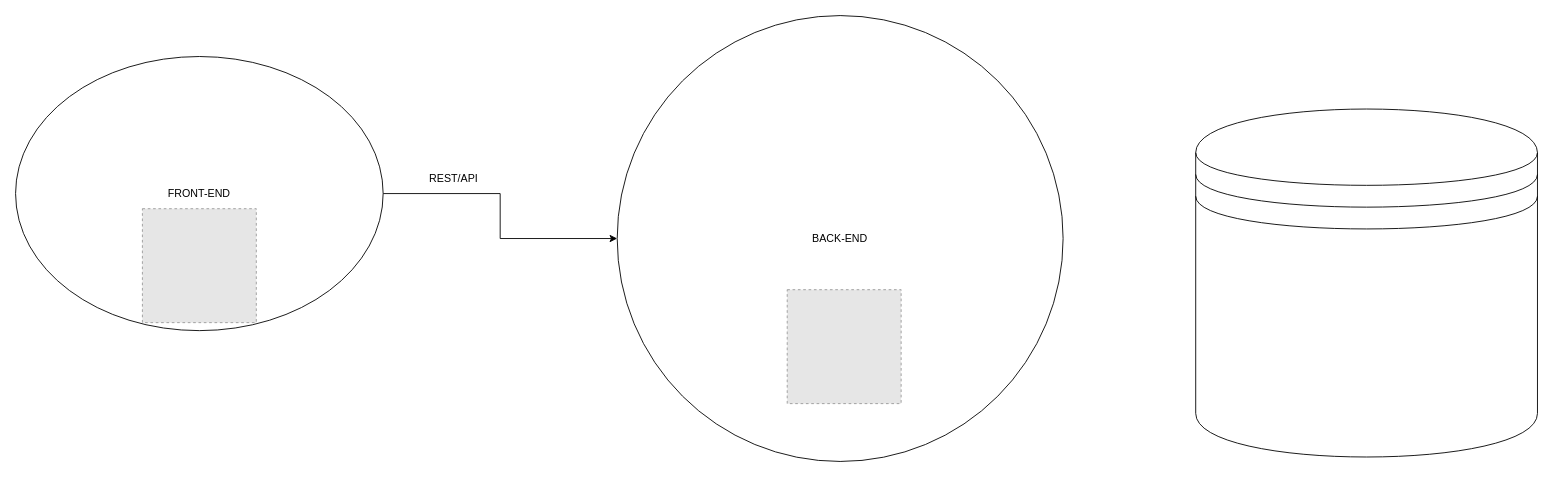
Earlier version of the draw.io diagram page "Page-2" (2 of 2) of documentation/diagrams/back-end-class-diagram.drawio (enaki/MyMess). Source tidied: cells renumbered, new cells numbered last; positions are measured from the earlier drawing's top-left corner, leaving out a move shared by most shapes. Both pictures are drawn from the tidied source at 89%, with x=0, y=0 at pixel (15, 15). Pictures stored in the file or linked from it are replaced by grey dashed boxes.
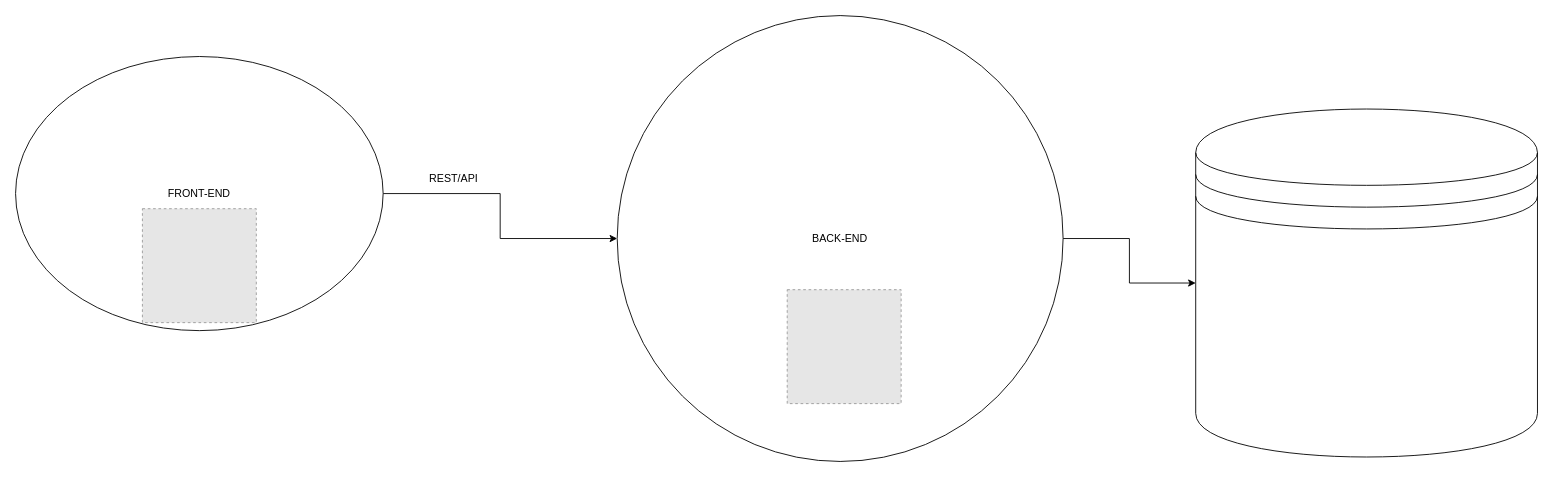
The same page after the edit.

Diff of the diagram source:
```diff
@@
 <mxGraphModel>
   <root>
     <mxCell id="0" />
     <mxCell id="1" parent="0" />
     <mxCell id="2" style="edgeStyle=orthogonalEdgeStyle;rounded=0;jettySize=auto;html=1;" parent="1" edge="1" source="3" target="5">
       <mxGeometry relative="1" as="geometry" />
     </mxCell>
     <mxCell id="3" value="FRONT-END" style="ellipse;whiteSpace=wrap;html=1;" parent="1" vertex="1">
       <mxGeometry y="46" width="413" height="308" as="geometry" />
     </mxCell>
     <mxCell id="4" style="fillColor=#E6E6E6;strokeColor=#999999;dashed=1;html=1;verticalAlign=top;verticalLabelPosition=bottom;labelBackgroundColor=#ffffff;" parent="1" vertex="1">
       <mxGeometry x="142.5" y="217" width="128" height="128" as="geometry" />
     </mxCell>
+    <mxCell id="10" style="edgeStyle=orthogonalEdgeStyle;rounded=0;jettySize=auto;html=1;" parent="1" edge="1" source="5" target="9">
+      <mxGeometry relative="1" as="geometry" />
+    </mxCell>
     <mxCell id="5" value="BACK-END" style="ellipse;whiteSpace=wrap;html=1;" parent="1" vertex="1">
       <mxGeometry x="676" width="501" height="501" as="geometry" />
     </mxCell>
     <mxCell id="6" style="fillColor=#E6E6E6;strokeColor=#999999;dashed=1;html=1;verticalAlign=top;verticalLabelPosition=bottom;labelBackgroundColor=#ffffff;" parent="1" vertex="1">
       <mxGeometry x="867" y="308" width="128" height="128" as="geometry" />
     </mxCell>
     <mxCell id="7" value="REST/API" style="text;html=1;align=center;verticalAlign=middle;" parent="1" vertex="1">
       <mxGeometry x="459" y="175" width="65" height="18" as="geometry" />
     </mxCell>
     <mxCell id="8" value="Text" style="text;html=1;strokeColor=none;fillColor=none;align=center;verticalAlign=middle;whiteSpace=wrap;rounded=0;" parent="1" vertex="1">
       <mxGeometry x="1428" y="343" width="276" height="20" as="geometry" />
     </mxCell>
     <mxCell id="9" style="shape=datastore;whiteSpace=wrap;html=1;" parent="1" vertex="1">
       <mxGeometry x="1326" y="105" width="384" height="391" as="geometry" />
     </mxCell>
   </root>
 </mxGraphModel>
```
